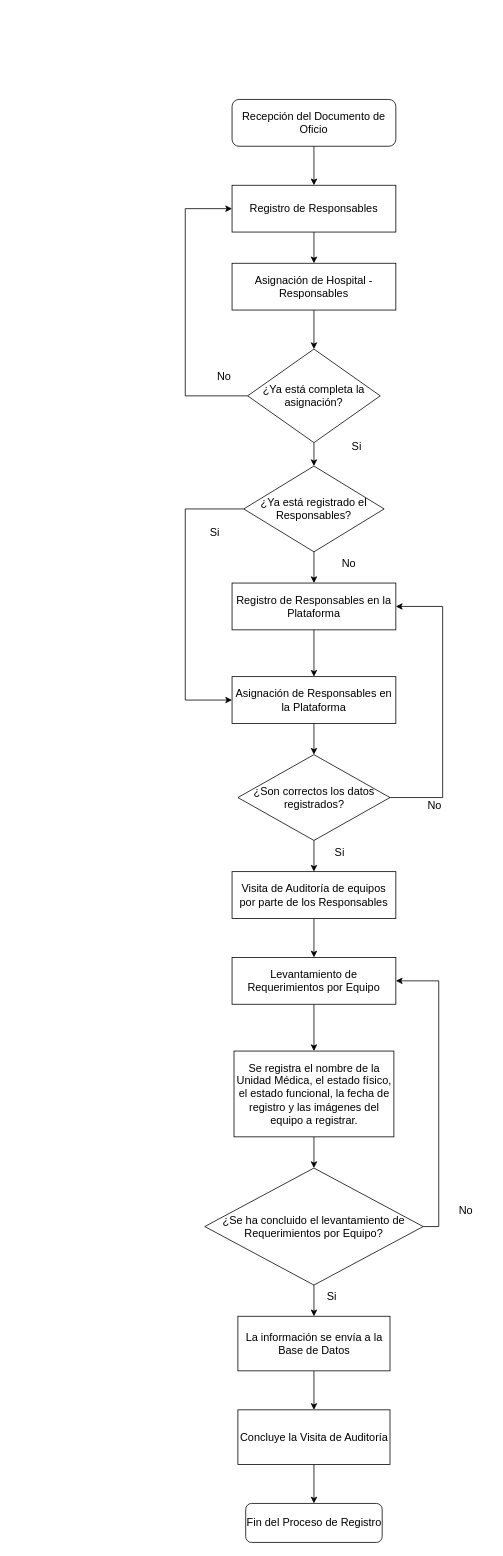
AleSaJa/AleSaJa.github.io keeps this draw.io diagram as IMSS-ER.drawio. Above is the earlier version. Source tidied: cells renumbered, new cells numbered last; positions are measured from the earlier drawing's top-left corner, leaving out a move shared by most shapes. Both pictures are drawn from the tidied source at 78%, with x=0, y=0 at pixel (185, 99).
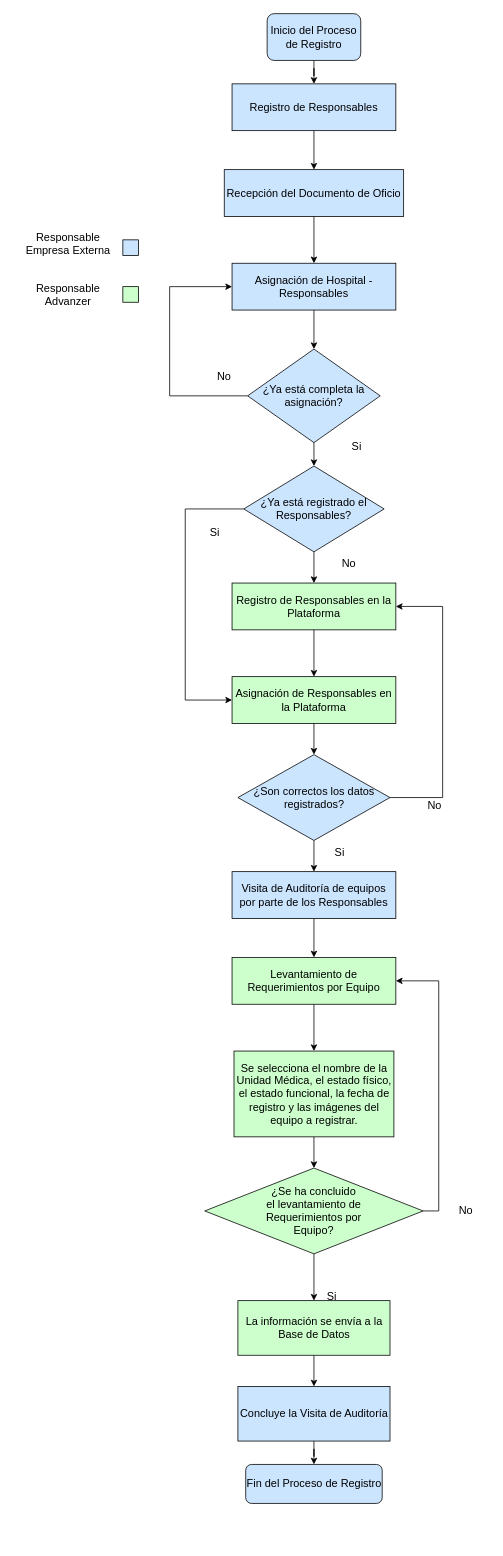
The same diagram, later.

Change to the diagram source:
```diff
@@
-    <mxCell id="2" value="&lt;font style=&quot;font-size: 14px;&quot;&gt;Recepción del Documento de Oficio&lt;/font&gt;" style="rounded=1;whiteSpace=wrap;html=1;" parent="1" vertex="1">
-      <mxGeometry x="60" width="210" height="60" as="geometry" />
-    </mxCell>
+    <mxCell id="43" style="edgeStyle=orthogonalEdgeStyle;rounded=0;jettySize=auto;html=1;exitX=0.5;exitY=1;exitDx=0;exitDy=0;fontSize=14;" parent="1" edge="1" source="3" target="2">
+      <mxGeometry relative="1" as="geometry" />
+    </mxCell>
-    <mxCell id="3" value="Registro de Responsables" style="rounded=0;whiteSpace=wrap;html=1;fontSize=14;" parent="1" vertex="1">
-      <mxGeometry x="60" y="110" width="210" height="60" as="geometry" />
+    <mxCell id="3" value="Registro de Responsables" style="rounded=0;whiteSpace=wrap;html=1;fontSize=14;fillColor=#CCE5FF;" parent="1" vertex="1">
+      <mxGeometry x="60" y="-20" width="210" height="60" as="geometry" />
     </mxCell>
+    <mxCell id="9" style="edgeStyle=orthogonalEdgeStyle;rounded=0;jettySize=auto;html=1;exitX=0.5;exitY=1;exitDx=0;exitDy=0;fontSize=14;" parent="1" edge="1" source="4" target="8">
+      <mxGeometry relative="1" as="geometry" />
+    </mxCell>
-    <mxCell id="4" value="Asignación de Hospital - Responsables" style="rounded=0;whiteSpace=wrap;html=1;fontSize=14;" parent="1" vertex="1">
+    <mxCell id="4" value="Asignación de Hospital - Responsables" style="rounded=0;whiteSpace=wrap;html=1;fontSize=14;fillColor=#CCE5FF;" parent="1" vertex="1">
       <mxGeometry x="60" y="210" width="210" height="60" as="geometry" />
     </mxCell>
-    <mxCell id="5" style="endArrow=classic;html=1;rounded=0;fontSize=14;" parent="1" edge="1" source="2" target="3">
-      <mxGeometry relative="1" as="geometry" />
-    </mxCell>
-    <mxCell id="6" style="endArrow=classic;html=1;rounded=0;fontSize=14;" parent="1" edge="1" source="3" target="4">
-      <mxGeometry relative="1" as="geometry" />
-    </mxCell>
-    <mxCell id="7" style="edgeStyle=orthogonalEdgeStyle;rounded=0;jettySize=auto;html=1;exitX=0;exitY=0.5;exitDx=0;exitDy=0;entryX=0;entryY=0.5;entryDx=0;entryDy=0;fontSize=14;" parent="1" edge="1" source="8" target="3">
-      <mxGeometry relative="1" as="geometry">
-        <Array as="points">
-          <mxPoint y="380" />
-          <mxPoint y="140" />
-        </Array>
-      </mxGeometry>
-    </mxCell>
+    <mxCell id="44" style="edgeStyle=orthogonalEdgeStyle;rounded=0;jettySize=auto;html=1;exitX=0;exitY=0.5;exitDx=0;exitDy=0;entryX=0;entryY=0.5;entryDx=0;entryDy=0;fontSize=14;" parent="1" edge="1" source="8" target="4">
+      <mxGeometry relative="1" as="geometry">
+        <Array as="points">
+          <mxPoint x="-20" y="380" />
+          <mxPoint x="-20" y="240" />
+        </Array>
+      </mxGeometry>
+    </mxCell>
-    <mxCell id="8" value="¿Ya está completa la asignación?" style="rhombus;whiteSpace=wrap;html=1;fontSize=14;" parent="1" vertex="1">
+    <mxCell id="8" value="¿Ya está completa la asignación?" style="rhombus;whiteSpace=wrap;html=1;fontSize=14;fillColor=#CCE5FF;" parent="1" vertex="1">
       <mxGeometry x="80" y="320" width="170" height="120" as="geometry" />
     </mxCell>
-    <mxCell id="9" style="endArrow=classic;html=1;rounded=0;fontSize=14;" parent="1" edge="1" source="4" target="8">
-      <mxGeometry relative="1" as="geometry" />
-    </mxCell>
@@
-    <mxCell id="13" value="Registro de Responsables en la Plataforma" style="rounded=0;whiteSpace=wrap;html=1;fontSize=14;" parent="1" vertex="1">
+    <mxCell id="13" value="Registro de Responsables en la Plataforma" style="rounded=0;whiteSpace=wrap;html=1;fontSize=14;fillColor=#CCFFCC;" parent="1" vertex="1">
       <mxGeometry x="60" y="620" width="210" height="60" as="geometry" />
     </mxCell>
@@
-    <mxCell id="15" value="¿Ya está registrado el Responsables?" style="rhombus;whiteSpace=wrap;html=1;fontSize=14;" parent="1" vertex="1">
+    <mxCell id="15" value="¿Ya está registrado el Responsables?" style="rhombus;whiteSpace=wrap;html=1;fontSize=14;fillColor=#CCE5FF;" parent="1" vertex="1">
       <mxGeometry x="75" y="470" width="180" height="110" as="geometry" />
     </mxCell>
@@
-    <mxCell id="19" value="Asignación de Responsables en la Plataforma" style="rounded=0;whiteSpace=wrap;html=1;fontSize=14;" parent="1" vertex="1">
+    <mxCell id="19" value="Asignación de Responsables en la Plataforma" style="rounded=0;whiteSpace=wrap;html=1;fontSize=14;fillColor=#CCFFCC;" parent="1" vertex="1">
       <mxGeometry x="60" y="740" width="210" height="60" as="geometry" />
     </mxCell>
@@
-    <mxCell id="22" value="¿Son correctos los datos registrados?" style="rhombus;whiteSpace=wrap;html=1;fontSize=14;" parent="1" vertex="1">
+    <mxCell id="22" value="¿Son correctos los datos registrados?" style="rhombus;whiteSpace=wrap;html=1;fontSize=14;fillColor=#CCE5FF;" parent="1" vertex="1">
       <mxGeometry x="67.5" y="840" width="195" height="110" as="geometry" />
     </mxCell>
@@
-    <mxCell id="26" value="Visita de Auditoría de equipos por parte de los Responsables" style="rounded=0;whiteSpace=wrap;html=1;fontSize=14;" parent="1" vertex="1">
+    <mxCell id="26" value="Visita de Auditoría de equipos por parte de los Responsables" style="rounded=0;whiteSpace=wrap;html=1;fontSize=14;fillColor=#CCE5FF;" parent="1" vertex="1">
       <mxGeometry x="60" y="990" width="210" height="60" as="geometry" />
     </mxCell>
@@
-    <mxCell id="30" value="Levantamiento de Requerimientos por Equipo" style="rounded=0;whiteSpace=wrap;html=1;fontSize=14;" parent="1" vertex="1">
+    <mxCell id="30" value="Levantamiento de Requerimientos por Equipo" style="rounded=0;whiteSpace=wrap;html=1;fontSize=14;fillColor=#CCFFCC;" parent="1" vertex="1">
       <mxGeometry x="60" y="1100" width="210" height="60" as="geometry" />
     </mxCell>
@@
-    <mxCell id="33" value="¿Se ha concluido el levantamiento de Requerimientos por Equipo?" style="rhombus;whiteSpace=wrap;html=1;fontSize=14;" parent="1" vertex="1">
-      <mxGeometry x="25" y="1370" width="280" height="150" as="geometry" />
+    <mxCell id="33" value="&lt;div&gt;¿Se ha concluido &lt;br&gt;&lt;/div&gt;&lt;div&gt;el levantamiento de&lt;/div&gt;&lt;div&gt;Requerimientos por&lt;/div&gt;&lt;div&gt;Equipo?&lt;/div&gt;" style="rhombus;whiteSpace=wrap;html=1;fontSize=14;fillColor=#CCFFCC;" parent="1" vertex="1">
+      <mxGeometry x="25" y="1370" width="280" height="110" as="geometry" />
     </mxCell>
@@
-    <mxCell id="35" value="Se registra el nombre de la Unidad Médica, el estado físico, el estado funcional, la fecha de registro y las imágenes del equipo a registrar." style="rounded=0;whiteSpace=wrap;html=1;fontSize=14;" parent="1" vertex="1">
+    <mxCell id="35" value="Se selecciona el nombre de la Unidad Médica, el estado físico, el estado funcional, la fecha de registro y las imágenes del equipo a registrar." style="rounded=0;whiteSpace=wrap;html=1;fontSize=14;fillColor=#CCFFCC;" parent="1" vertex="1">
       <mxGeometry x="62.5" y="1220" width="205" height="110" as="geometry" />
     </mxCell>
@@
-    <mxCell id="37" value="La información se envía a la Base de Datos" style="rounded=0;whiteSpace=wrap;html=1;fontSize=14;" parent="1" vertex="1">
-      <mxGeometry x="67.5" y="1560" width="195" height="70" as="geometry" />
+    <mxCell id="37" value="La información se envía a la Base de Datos" style="rounded=0;whiteSpace=wrap;html=1;fontSize=14;fillColor=#CCFFCC;" parent="1" vertex="1">
+      <mxGeometry x="67.5" y="1540" width="195" height="70" as="geometry" />
     </mxCell>
@@
-    <mxCell id="39" value="Concluye la Visita de Auditoría" style="rounded=0;whiteSpace=wrap;html=1;fontSize=14;" parent="1" vertex="1">
-      <mxGeometry x="67.5" y="1680" width="195" height="70" as="geometry" />
+    <mxCell id="39" value="Concluye la Visita de Auditoría" style="rounded=0;whiteSpace=wrap;html=1;fontSize=14;fillColor=#CCE5FF;" parent="1" vertex="1">
+      <mxGeometry x="67.5" y="1650" width="195" height="70" as="geometry" />
     </mxCell>
-    <mxCell id="40" value="Fin del Proceso de Registro" style="rounded=1;whiteSpace=wrap;html=1;fontSize=14;" parent="1" vertex="1">
-      <mxGeometry x="77.5" y="1800" width="175" height="50" as="geometry" />
+    <mxCell id="40" value="Fin del Proceso de Registro" style="rounded=1;whiteSpace=wrap;html=1;fontSize=14;fillColor=#CCE5FF;" parent="1" vertex="1">
+      <mxGeometry x="77.5" y="1750" width="175" height="50" as="geometry" />
     </mxCell>
@@
+    <mxCell id="45" style="edgeStyle=orthogonalEdgeStyle;rounded=0;jettySize=auto;html=1;exitX=0.5;exitY=1;exitDx=0;exitDy=0;fontSize=14;" parent="1" edge="1" source="46" target="3">
+      <mxGeometry relative="1" as="geometry" />
+    </mxCell>
+    <mxCell id="46" value="&lt;font style=&quot;font-size: 14px;&quot;&gt;Inicio del Proceso de Registro&lt;br&gt;&lt;/font&gt;" style="rounded=1;whiteSpace=wrap;html=1;fillColor=#CCE5FF;" parent="1" vertex="1">
+      <mxGeometry x="105" y="-110" width="120" height="60" as="geometry" />
+    </mxCell>
+    <mxCell id="47" style="edgeStyle=orthogonalEdgeStyle;rounded=0;jettySize=auto;html=1;exitX=0.5;exitY=1;exitDx=0;exitDy=0;fontSize=14;" parent="1" edge="1" source="2" target="4">
+      <mxGeometry relative="1" as="geometry" />
+    </mxCell>
+    <mxCell id="2" value="&lt;font style=&quot;font-size: 14px;&quot;&gt;Recepción del Documento de Oficio&lt;/font&gt;" style="rounded=0;whiteSpace=wrap;html=1;fontSize=14;fillColor=#CCE5FF;" parent="1" vertex="1">
+      <mxGeometry x="50" y="90" width="230" height="60" as="geometry" />
+    </mxCell>
+    <mxCell id="48" style="rounded=0;whiteSpace=wrap;html=1;fontSize=14;fillColor=#CCE5FF;" parent="1" vertex="1">
+      <mxGeometry x="-80" y="180" width="20" height="20" as="geometry" />
+    </mxCell>
+    <mxCell id="49" value="Responsable Empresa Externa" style="text;html=1;strokeColor=none;fillColor=none;align=center;verticalAlign=middle;whiteSpace=wrap;rounded=0;fontSize=14;" parent="1" vertex="1">
+      <mxGeometry x="-220" y="170" width="140" height="30" as="geometry" />
+    </mxCell>
+    <mxCell id="50" style="rounded=0;whiteSpace=wrap;html=1;fontSize=14;fillColor=#CCFFCC;" parent="1" vertex="1">
+      <mxGeometry x="-80" y="240" width="20" height="20" as="geometry" />
+    </mxCell>
+    <mxCell id="51" value="Responsable Advanzer" style="text;html=1;strokeColor=none;fillColor=none;align=center;verticalAlign=middle;whiteSpace=wrap;rounded=0;fontSize=14;" parent="1" vertex="1">
+      <mxGeometry x="-220" y="235" width="140" height="30" as="geometry" />
+    </mxCell>
```
